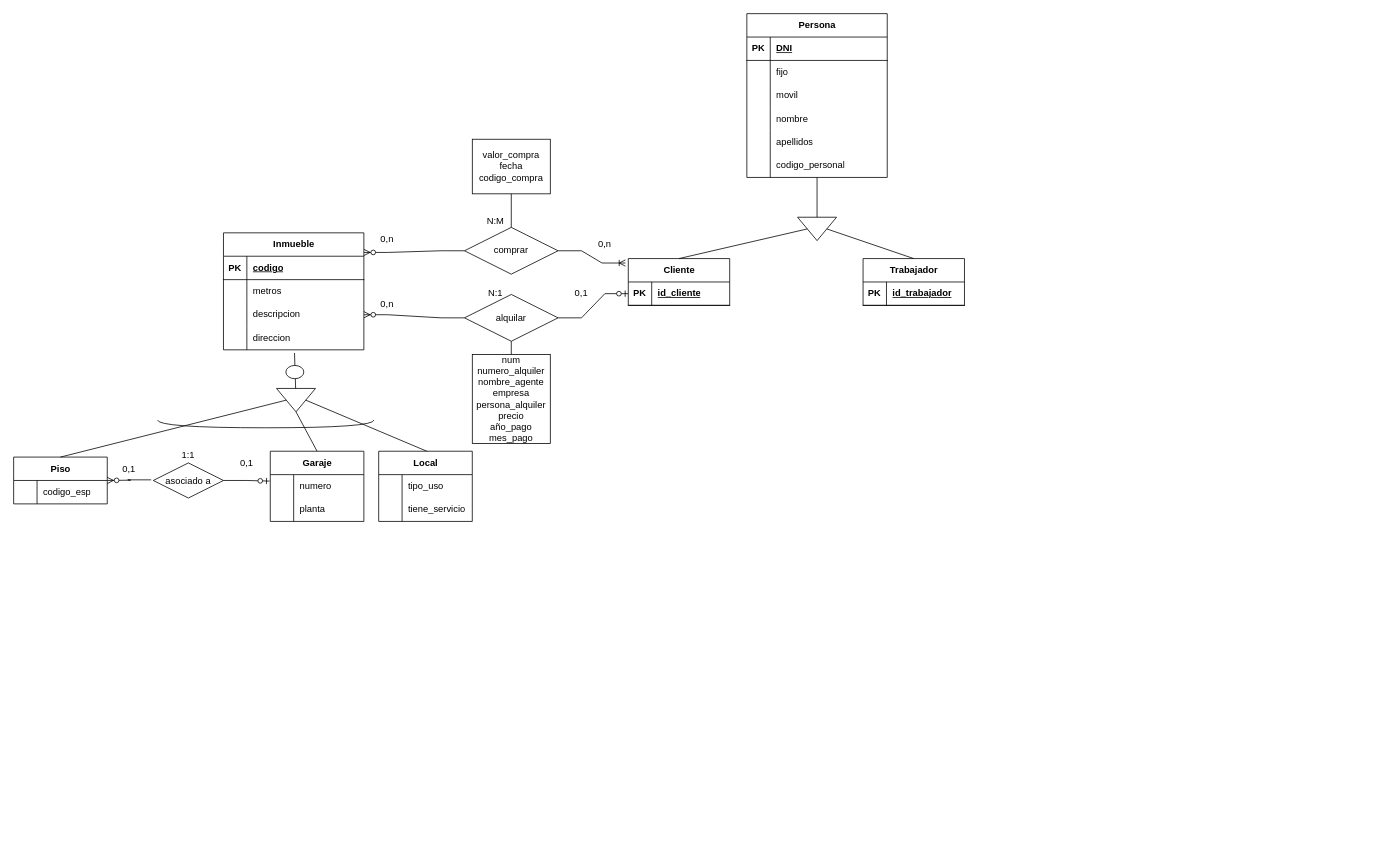
Before: Ejercicio18.drawio in Daninuro/diagrames-cvf-dn-mpl-n-11102023, a draw.io diagram. Source tidied: cells renumbered, new cells numbered last; positions are measured from the earlier drawing's top-left corner, leaving out a move shared by most shapes. Both pictures are drawn from the tidied source at 78%, with x=0, y=0 at pixel (13, 13).
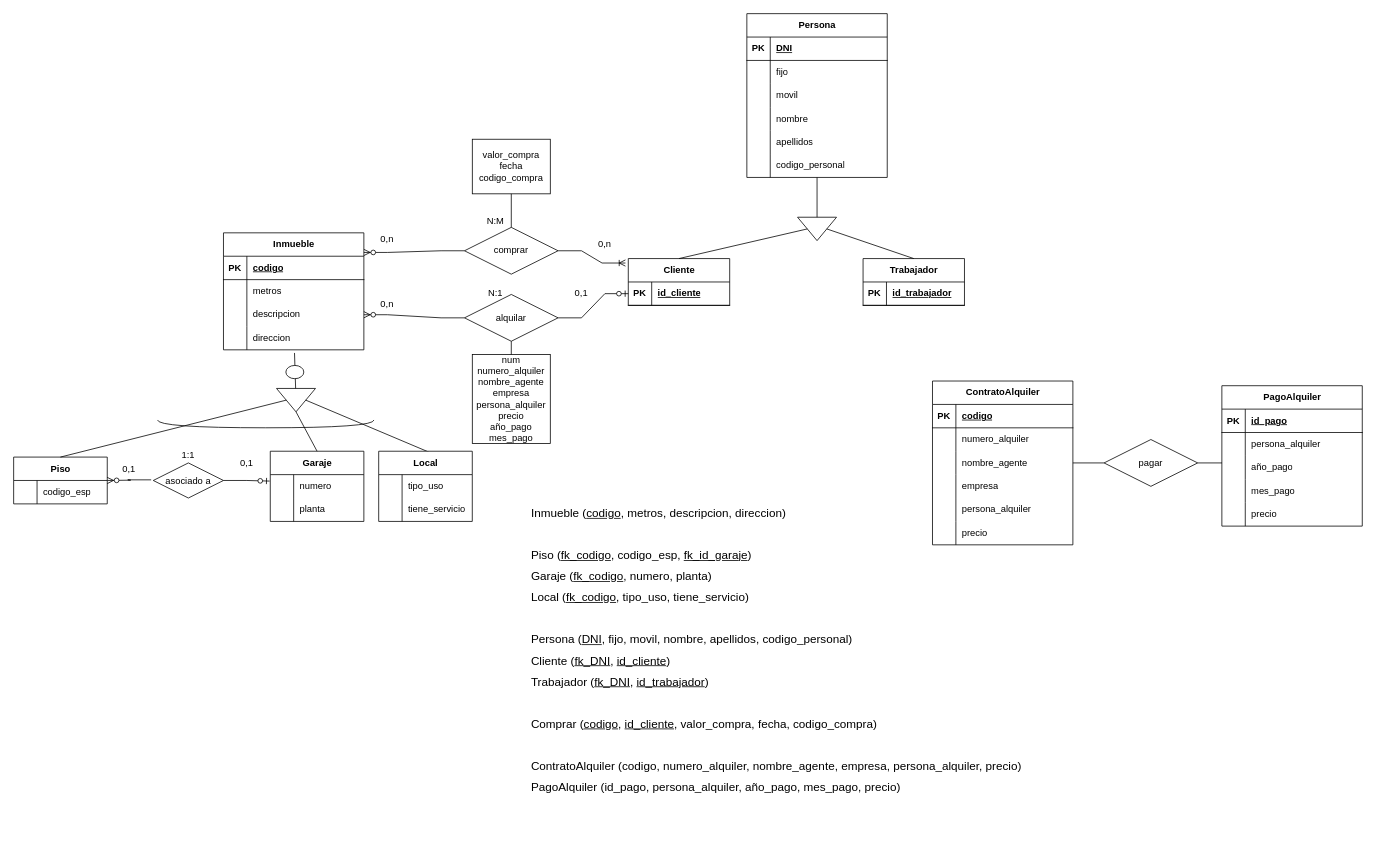
After the change.

What changed in the source:
```diff
@@
+    <mxCell id="93" value="&lt;p style=&quot;line-height: 180%; font-size: 15px;&quot;&gt;&lt;/p&gt;&lt;div style=&quot;text-align: justify; font-size: 15px; line-height: 180%;&quot;&gt;&lt;span style=&quot;background-color: initial;&quot;&gt;&lt;font style=&quot;font-size: 15px;&quot;&gt;Inmueble (&lt;u&gt;codigo&lt;/u&gt;, metros, descripcion, direccion)&lt;/font&gt;&lt;/span&gt;&lt;/div&gt;&lt;div style=&quot;text-align: justify; font-size: 15px; line-height: 180%;&quot;&gt;&lt;br&gt;&lt;/div&gt;&lt;div style=&quot;text-align: justify; font-size: 15px; line-height: 180%;&quot;&gt;&lt;span style=&quot;background-color: initial;&quot;&gt;&lt;font style=&quot;font-size: 15px;&quot;&gt;Piso (&lt;u&gt;fk_codigo&lt;/u&gt;, codigo_esp, &lt;u&gt;fk_id_garaje&lt;/u&gt;)&lt;/font&gt;&lt;/span&gt;&lt;/div&gt;&lt;div style=&quot;text-align: justify; font-size: 15px; line-height: 180%;&quot;&gt;&lt;span style=&quot;background-color: initial;&quot;&gt;&lt;font style=&quot;font-size: 15px;&quot;&gt;Garaje (&lt;u&gt;fk_codigo&lt;/u&gt;, numero, planta)&lt;/font&gt;&lt;/span&gt;&lt;/div&gt;&lt;div style=&quot;text-align: justify; font-size: 15px; line-height: 180%;&quot;&gt;&lt;span style=&quot;background-color: initial;&quot;&gt;&lt;font style=&quot;font-size: 15px;&quot;&gt;Local (&lt;u&gt;fk_codigo&lt;/u&gt;, tipo_uso, tiene_servicio)&lt;/font&gt;&lt;/span&gt;&lt;/div&gt;&lt;div style=&quot;text-align: justify; font-size: 15px; line-height: 180%;&quot;&gt;&lt;span style=&quot;background-color: initial;&quot;&gt;&lt;font style=&quot;font-size: 15px;&quot;&gt;&lt;br&gt;&lt;/font&gt;&lt;/span&gt;&lt;/div&gt;&lt;div style=&quot;text-align: justify; font-size: 15px; line-height: 180%;&quot;&gt;Persona (&lt;u&gt;DNI&lt;/u&gt;, fijo, movil, nombre, apellidos, codigo_personal)&lt;span style=&quot;background-color: initial;&quot;&gt;&lt;font style=&quot;font-size: 15px;&quot;&gt;&lt;br&gt;&lt;/font&gt;&lt;/span&gt;&lt;/div&gt;&lt;div style=&quot;text-align: justify; font-size: 15px; line-height: 180%;&quot;&gt;Cliente (&lt;u&gt;fk_DNI&lt;/u&gt;, &lt;u&gt;id_cliente&lt;/u&gt;)&lt;/div&gt;&lt;div style=&quot;text-align: justify; font-size: 15px; line-height: 180%;&quot;&gt;Trabajador (&lt;u&gt;fk_DNI&lt;/u&gt;, &lt;u&gt;id_trabajador&lt;/u&gt;)&lt;/div&gt;&lt;div style=&quot;text-align: justify; font-size: 15px; line-height: 180%;&quot;&gt;&lt;br&gt;&lt;/div&gt;&lt;div style=&quot;text-align: justify; font-size: 15px; line-height: 180%;&quot;&gt;Comprar (&lt;u&gt;codigo&lt;/u&gt;, &lt;u&gt;id_cliente&lt;/u&gt;, valor_compra, fecha, codigo_compra)&lt;/div&gt;&lt;div style=&quot;text-align: justify; font-size: 15px; line-height: 180%;&quot;&gt;&lt;br&gt;&lt;/div&gt;&lt;div style=&quot;text-align: justify; font-size: 15px; line-height: 180%;&quot;&gt;ContratoAlquiler (codigo, numero_alquiler, nombre_agente, empresa, persona_alquiler, precio)&lt;/div&gt;&lt;div style=&quot;text-align: justify; font-size: 15px; line-height: 180%;&quot;&gt;PagoAlquiler (id_pago, persona_alquiler, año_pago, mes_pago, precio)&lt;/div&gt;&lt;div style=&quot;text-align: justify; font-size: 15px; line-height: 180%;&quot;&gt;&lt;br&gt;&lt;/div&gt;&lt;div style=&quot;text-align: justify; font-size: 15px; line-height: 180%;&quot;&gt;&lt;br&gt;&lt;/div&gt;&lt;p&gt;&lt;/p&gt;" style="text;html=1;strokeColor=none;fillColor=none;align=center;verticalAlign=middle;whiteSpace=wrap;rounded=0;" parent="1" vertex="1">
+      <mxGeometry x="578" y="671" width="800" height="340" as="geometry" />
+    </mxCell>
+    <mxCell id="94" value="ContratoAlquiler" style="shape=table;startSize=30;childLayout=tableLayout;rowLines=0;fontStyle=1;align=center;html=1;" parent="1" vertex="1">
+      <mxGeometry x="1178" y="471" width="180" height="210" as="geometry" />
+    </mxCell>
+    <mxCell id="95" style="shape=tableRow;horizontal=0;startSize=0;swimlaneHead=0;swimlaneBody=0;fillColor=none;top=0;left=0;right=0;bottom=1;" parent="94" vertex="1">
+      <mxGeometry y="30" width="180" height="30" as="geometry" />
+    </mxCell>
+    <mxCell id="96" value="PK" style="shape=partialRectangle;fillColor=none;top=0;left=0;bottom=0;right=0;fontStyle=1;overflow=hidden;whiteSpace=wrap;html=1;" parent="95" vertex="1">
+      <mxGeometry width="30" height="30" as="geometry" />
+    </mxCell>
+    <mxCell id="97" value="codigo" style="shape=partialRectangle;fillColor=none;top=0;left=0;bottom=0;right=0;align=left;spacingLeft=6;fontStyle=5;overflow=hidden;whiteSpace=wrap;html=1;" parent="95" vertex="1">
+      <mxGeometry x="30" width="150" height="30" as="geometry" />
+    </mxCell>
+    <mxCell id="98" style="shape=tableRow;horizontal=0;startSize=0;swimlaneHead=0;swimlaneBody=0;fillColor=none;top=0;left=0;right=0;bottom=0;" parent="94" vertex="1">
+      <mxGeometry y="60" width="180" height="30" as="geometry" />
+    </mxCell>
+    <mxCell id="99" style="shape=partialRectangle;fillColor=none;top=0;left=0;bottom=0;right=0;overflow=hidden;whiteSpace=wrap;html=1;" parent="98" vertex="1">
+      <mxGeometry width="30" height="30" as="geometry" />
+    </mxCell>
+    <mxCell id="100" value="numero_alquiler" style="shape=partialRectangle;fillColor=none;top=0;left=0;bottom=0;right=0;align=left;spacingLeft=6;overflow=hidden;whiteSpace=wrap;html=1;" parent="98" vertex="1">
+      <mxGeometry x="30" width="150" height="30" as="geometry" />
+    </mxCell>
+    <mxCell id="101" style="shape=tableRow;horizontal=0;startSize=0;swimlaneHead=0;swimlaneBody=0;fillColor=none;points=[[0,0.5],[1,0.5]];portConstraint=eastwest;top=0;left=0;right=0;bottom=0;" parent="94" vertex="1">
+      <mxGeometry y="90" width="180" height="30" as="geometry" />
+    </mxCell>
+    <mxCell id="102" style="shape=partialRectangle;fillColor=none;top=0;left=0;bottom=0;right=0;overflow=hidden;whiteSpace=wrap;html=1;" parent="101" vertex="1">
+      <mxGeometry width="30" height="30" as="geometry" />
+    </mxCell>
+    <mxCell id="103" value="nombre_agente" style="shape=partialRectangle;fillColor=none;top=0;left=0;bottom=0;right=0;align=left;spacingLeft=6;overflow=hidden;whiteSpace=wrap;html=1;" parent="101" vertex="1">
+      <mxGeometry x="30" width="150" height="30" as="geometry" />
+    </mxCell>
+    <mxCell id="104" style="shape=tableRow;horizontal=0;startSize=0;swimlaneHead=0;swimlaneBody=0;fillColor=none;top=0;left=0;right=0;bottom=0;" parent="94" vertex="1">
+      <mxGeometry y="120" width="180" height="30" as="geometry" />
+    </mxCell>
+    <mxCell id="105" style="shape=partialRectangle;fillColor=none;top=0;left=0;bottom=0;right=0;overflow=hidden;whiteSpace=wrap;html=1;" parent="104" vertex="1">
+      <mxGeometry width="30" height="30" as="geometry" />
+    </mxCell>
+    <mxCell id="106" value="empresa" style="shape=partialRectangle;fillColor=none;top=0;left=0;bottom=0;right=0;align=left;spacingLeft=6;overflow=hidden;whiteSpace=wrap;html=1;" parent="104" vertex="1">
+      <mxGeometry x="30" width="150" height="30" as="geometry" />
+    </mxCell>
+    <mxCell id="107" style="shape=tableRow;horizontal=0;startSize=0;swimlaneHead=0;swimlaneBody=0;fillColor=none;top=0;left=0;right=0;bottom=0;" parent="94" vertex="1">
+      <mxGeometry y="150" width="180" height="30" as="geometry" />
+    </mxCell>
+    <mxCell id="108" style="shape=partialRectangle;fillColor=none;top=0;left=0;bottom=0;right=0;overflow=hidden;whiteSpace=wrap;html=1;" parent="107" vertex="1">
+      <mxGeometry width="30" height="30" as="geometry" />
+    </mxCell>
+    <mxCell id="109" value="persona_alquiler" style="shape=partialRectangle;fillColor=none;top=0;left=0;bottom=0;right=0;align=left;spacingLeft=6;overflow=hidden;whiteSpace=wrap;html=1;" parent="107" vertex="1">
+      <mxGeometry x="30" width="150" height="30" as="geometry" />
+    </mxCell>
+    <mxCell id="110" style="shape=tableRow;horizontal=0;startSize=0;swimlaneHead=0;swimlaneBody=0;fillColor=none;top=0;left=0;right=0;bottom=0;" parent="94" vertex="1">
+      <mxGeometry y="180" width="180" height="30" as="geometry" />
+    </mxCell>
+    <mxCell id="111" style="shape=partialRectangle;fillColor=none;top=0;left=0;bottom=0;right=0;overflow=hidden;whiteSpace=wrap;html=1;" parent="110" vertex="1">
+      <mxGeometry width="30" height="30" as="geometry" />
+    </mxCell>
+    <mxCell id="112" value="precio" style="shape=partialRectangle;fillColor=none;top=0;left=0;bottom=0;right=0;align=left;spacingLeft=6;overflow=hidden;whiteSpace=wrap;html=1;" parent="110" vertex="1">
+      <mxGeometry x="30" width="150" height="30" as="geometry" />
+    </mxCell>
+    <mxCell id="113" value="PagoAlquiler" style="shape=table;startSize=30;childLayout=tableLayout;rowLines=0;fontStyle=1;align=center;html=1;" parent="1" vertex="1">
+      <mxGeometry x="1549" y="477" width="180" height="180" as="geometry" />
+    </mxCell>
+    <mxCell id="114" style="shape=tableRow;horizontal=0;startSize=0;swimlaneHead=0;swimlaneBody=0;fillColor=none;top=0;left=0;right=0;bottom=1;" parent="113" vertex="1">
+      <mxGeometry y="30" width="180" height="30" as="geometry" />
+    </mxCell>
+    <mxCell id="115" value="PK" style="shape=partialRectangle;fillColor=none;top=0;left=0;bottom=0;right=0;fontStyle=1;overflow=hidden;whiteSpace=wrap;html=1;" parent="114" vertex="1">
+      <mxGeometry width="30" height="30" as="geometry" />
+    </mxCell>
+    <mxCell id="116" value="id_pago" style="shape=partialRectangle;fillColor=none;top=0;left=0;bottom=0;right=0;align=left;spacingLeft=6;fontStyle=5;overflow=hidden;whiteSpace=wrap;html=1;" parent="114" vertex="1">
+      <mxGeometry x="30" width="150" height="30" as="geometry" />
+    </mxCell>
+    <mxCell id="117" style="shape=tableRow;horizontal=0;startSize=0;swimlaneHead=0;swimlaneBody=0;fillColor=none;top=0;left=0;right=0;bottom=0;" parent="113" vertex="1">
+      <mxGeometry y="60" width="180" height="30" as="geometry" />
+    </mxCell>
+    <mxCell id="118" style="shape=partialRectangle;fillColor=none;top=0;left=0;bottom=0;right=0;overflow=hidden;whiteSpace=wrap;html=1;" parent="117" vertex="1">
+      <mxGeometry width="30" height="30" as="geometry" />
+    </mxCell>
+    <mxCell id="119" value="persona_alquiler" style="shape=partialRectangle;fillColor=none;top=0;left=0;bottom=0;right=0;align=left;spacingLeft=6;overflow=hidden;whiteSpace=wrap;html=1;" parent="117" vertex="1">
+      <mxGeometry x="30" width="150" height="30" as="geometry" />
+    </mxCell>
+    <mxCell id="120" style="shape=tableRow;horizontal=0;startSize=0;swimlaneHead=0;swimlaneBody=0;fillColor=none;points=[[0,0.5],[1,0.5]];portConstraint=eastwest;top=0;left=0;right=0;bottom=0;" parent="113" vertex="1">
+      <mxGeometry y="90" width="180" height="30" as="geometry" />
+    </mxCell>
+    <mxCell id="121" style="shape=partialRectangle;fillColor=none;top=0;left=0;bottom=0;right=0;overflow=hidden;whiteSpace=wrap;html=1;" parent="120" vertex="1">
+      <mxGeometry width="30" height="30" as="geometry" />
+    </mxCell>
+    <mxCell id="122" value="año_pago" style="shape=partialRectangle;fillColor=none;top=0;left=0;bottom=0;right=0;align=left;spacingLeft=6;overflow=hidden;whiteSpace=wrap;html=1;" parent="120" vertex="1">
+      <mxGeometry x="30" width="150" height="30" as="geometry" />
+    </mxCell>
+    <mxCell id="123" style="shape=tableRow;horizontal=0;startSize=0;swimlaneHead=0;swimlaneBody=0;fillColor=none;top=0;left=0;right=0;bottom=0;" parent="113" vertex="1">
+      <mxGeometry y="120" width="180" height="30" as="geometry" />
+    </mxCell>
+    <mxCell id="124" style="shape=partialRectangle;fillColor=none;top=0;left=0;bottom=0;right=0;overflow=hidden;whiteSpace=wrap;html=1;" parent="123" vertex="1">
+      <mxGeometry width="30" height="30" as="geometry" />
+    </mxCell>
+    <mxCell id="125" value="mes_pago" style="shape=partialRectangle;fillColor=none;top=0;left=0;bottom=0;right=0;align=left;spacingLeft=6;overflow=hidden;whiteSpace=wrap;html=1;" parent="123" vertex="1">
+      <mxGeometry x="30" width="150" height="30" as="geometry" />
+    </mxCell>
+    <mxCell id="126" style="shape=tableRow;horizontal=0;startSize=0;swimlaneHead=0;swimlaneBody=0;fillColor=none;top=0;left=0;right=0;bottom=0;" parent="113" vertex="1">
+      <mxGeometry y="150" width="180" height="30" as="geometry" />
+    </mxCell>
+    <mxCell id="127" style="shape=partialRectangle;fillColor=none;top=0;left=0;bottom=0;right=0;overflow=hidden;whiteSpace=wrap;html=1;" parent="126" vertex="1">
+      <mxGeometry width="30" height="30" as="geometry" />
+    </mxCell>
+    <mxCell id="128" value="precio" style="shape=partialRectangle;fillColor=none;top=0;left=0;bottom=0;right=0;align=left;spacingLeft=6;overflow=hidden;whiteSpace=wrap;html=1;" parent="126" vertex="1">
+      <mxGeometry x="30" width="150" height="30" as="geometry" />
+    </mxCell>
+    <mxCell id="129" value="pagar" style="shape=rhombus;perimeter=rhombusPerimeter;whiteSpace=wrap;html=1;align=center;" parent="1" vertex="1">
+      <mxGeometry x="1398" y="546" width="120" height="60" as="geometry" />
+    </mxCell>
+    <mxCell id="130" style="endArrow=none;html=1;rounded=0;entryX=0;entryY=0.5;entryDx=0;entryDy=0;exitX=1;exitY=0.5;exitDx=0;exitDy=0;" parent="1" edge="1" source="101" target="129">
+      <mxGeometry relative="1" as="geometry" />
+    </mxCell>
+    <mxCell id="131" style="endArrow=none;html=1;rounded=0;exitX=1;exitY=0.5;exitDx=0;exitDy=0;entryX=0.001;entryY=0.3;entryDx=0;entryDy=0;entryPerimeter=0;" parent="1" edge="1" source="129" target="120">
+      <mxGeometry relative="1" as="geometry" />
+    </mxCell>
```
